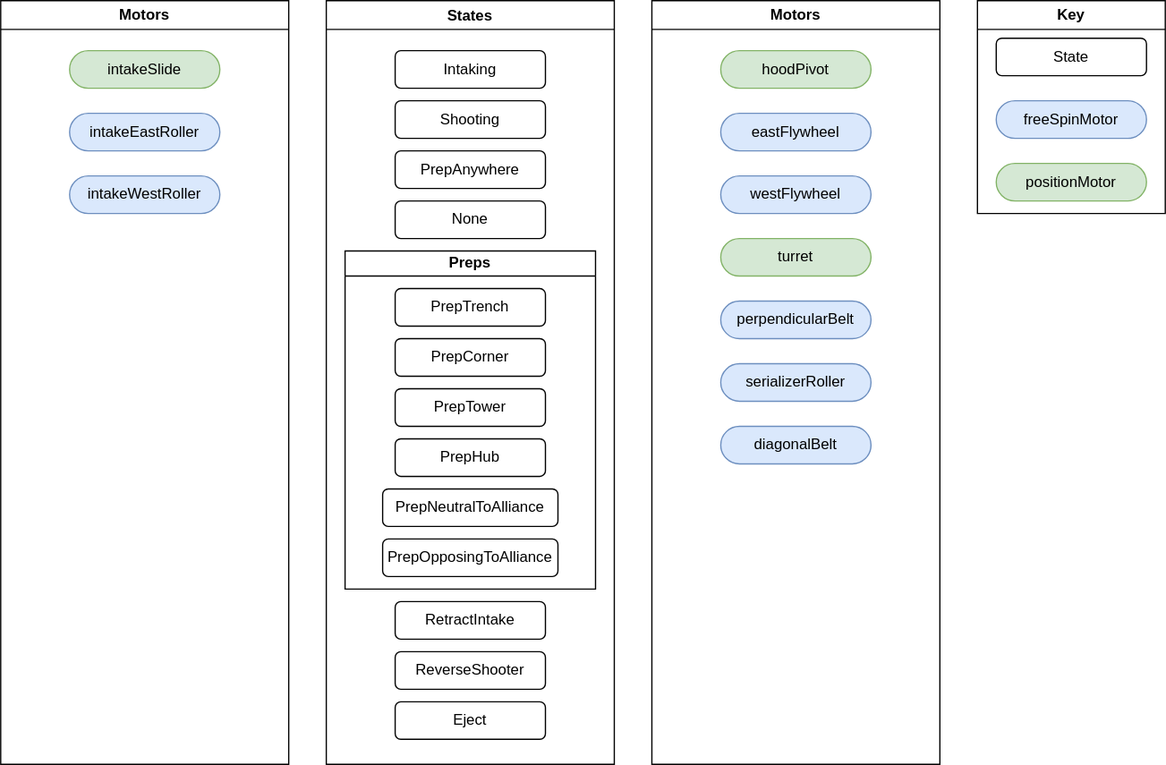
This is design/motors_and_states.drawio.svg from FRCTeam3255/2026_Offbot_Code, a draw.io export, as it was before one commit. Source tidied: cells renumbered, new cells last; positions are measured from the earlier drawing's top-left corner, leaving out a move shared by most shapes.
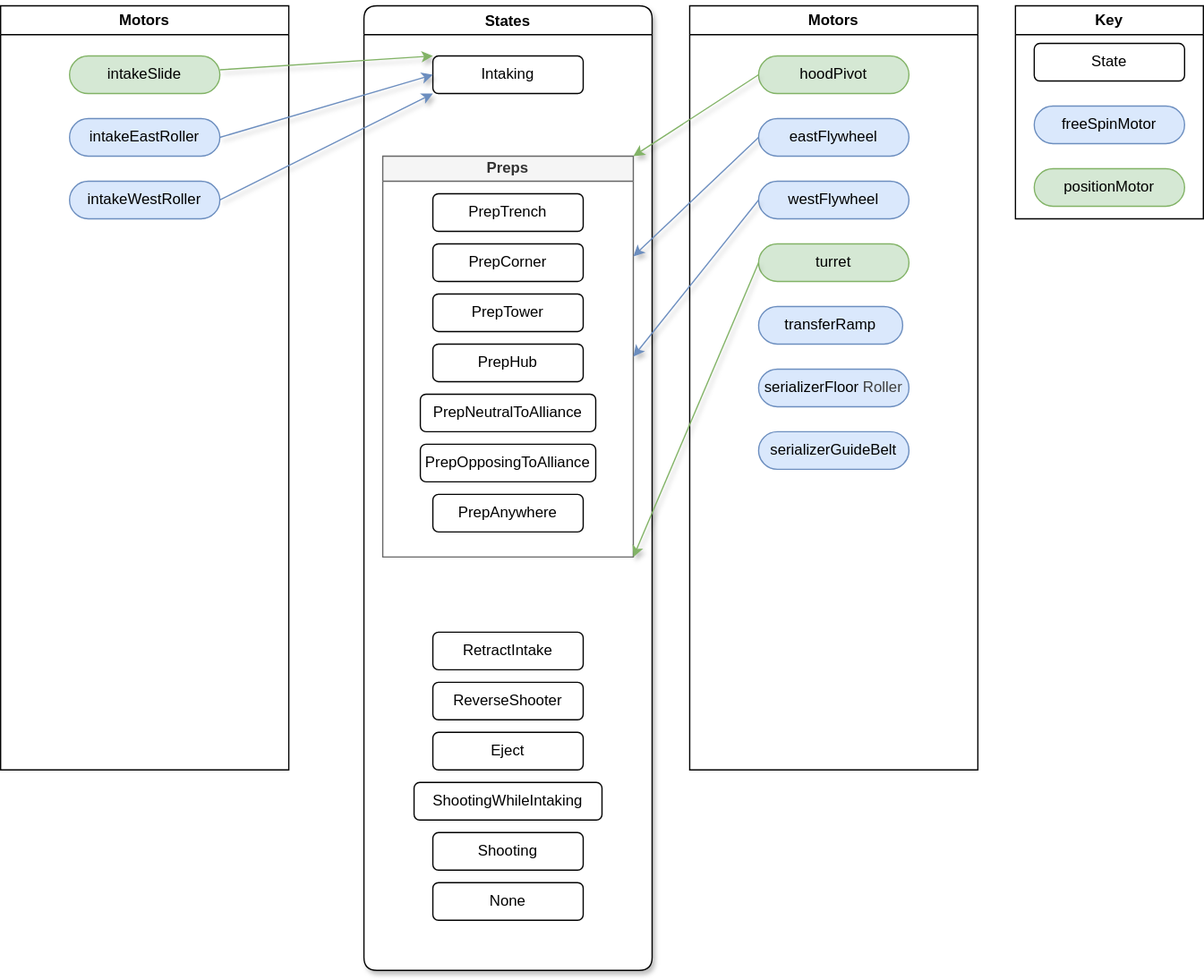
The same file after the commit.

Diff of the diagram source:
```diff
@@ -2,23 +2,20 @@
   <root>
     <mxCell id="0" />
     <mxCell id="1" parent="0" />
-    <mxCell id="2" value="States" style="swimlane;" parent="1" vertex="1">
-      <mxGeometry x="260" width="230" height="610" as="geometry" />
+    <mxCell id="2" value="States" style="swimlane;swimlaneFillColor=default;glass=0;shadow=1;rounded=1;" parent="1" vertex="1">
+      <mxGeometry x="260" width="230" height="770" as="geometry" />
     </mxCell>
     <mxCell id="3" value="Intaking" style="rounded=1;whiteSpace=wrap;html=1;" parent="2" vertex="1">
       <mxGeometry x="55" y="40" width="120" height="30" as="geometry" />
     </mxCell>
     <mxCell id="4" value="Shooting" style="rounded=1;whiteSpace=wrap;html=1;" parent="2" vertex="1">
-      <mxGeometry x="55" y="80" width="120" height="30" as="geometry" />
+      <mxGeometry x="55" y="660" width="120" height="30" as="geometry" />
     </mxCell>
-    <mxCell id="5" value="PrepAnywhere" style="rounded=1;whiteSpace=wrap;html=1;" parent="2" vertex="1">
-      <mxGeometry x="55" y="120" width="120" height="30" as="geometry" />
-    </mxCell>
     <mxCell id="6" value="None" style="rounded=1;whiteSpace=wrap;html=1;" parent="2" vertex="1">
-      <mxGeometry x="55" y="160" width="120" height="30" as="geometry" />
+      <mxGeometry x="55" y="700" width="120" height="30" as="geometry" />
     </mxCell>
-    <mxCell id="7" value="Preps" style="swimlane;whiteSpace=wrap;html=1;startSize=20;" parent="2" vertex="1">
-      <mxGeometry x="15" y="200" width="200" height="270" as="geometry" />
+    <mxCell id="7" value="Preps" style="swimlane;whiteSpace=wrap;html=1;startSize=20;fillColor=#f5f5f5;fontColor=#333333;strokeColor=#666666;gradientColor=none;swimlaneFillColor=default;" parent="2" vertex="1">
+      <mxGeometry x="15" y="120" width="200" height="320" as="geometry" />
     </mxCell>
     <mxCell id="8" value="PrepTrench" style="rounded=1;whiteSpace=wrap;html=1;" parent="7" vertex="1">
       <mxGeometry x="40" y="30" width="120" height="30" as="geometry" />
@@ -38,15 +35,21 @@
     <mxCell id="13" value="PrepOpposingToAlliance" style="rounded=1;whiteSpace=wrap;html=1;" parent="7" vertex="1">
       <mxGeometry x="30" y="230" width="140" height="30" as="geometry" />
     </mxCell>
+    <mxCell id="5" value="PrepAnywhere" style="rounded=1;whiteSpace=wrap;html=1;" parent="7" vertex="1">
+      <mxGeometry x="40" y="270" width="120" height="30" as="geometry" />
+    </mxCell>
     <mxCell id="14" value="RetractIntake" style="rounded=1;whiteSpace=wrap;html=1;" parent="2" vertex="1">
-      <mxGeometry x="55" y="480" width="120" height="30" as="geometry" />
+      <mxGeometry x="55" y="500" width="120" height="30" as="geometry" />
     </mxCell>
     <mxCell id="15" value="ReverseShooter" style="rounded=1;whiteSpace=wrap;html=1;" parent="2" vertex="1">
-      <mxGeometry x="55" y="520" width="120" height="30" as="geometry" />
+      <mxGeometry x="55" y="540" width="120" height="30" as="geometry" />
     </mxCell>
     <mxCell id="16" value="Eject" style="rounded=1;whiteSpace=wrap;html=1;" parent="2" vertex="1">
-      <mxGeometry x="55" y="560" width="120" height="30" as="geometry" />
+      <mxGeometry x="55" y="580" width="120" height="30" as="geometry" />
     </mxCell>
+    <mxCell id="33" value="ShootingWhileIntaking" style="rounded=1;whiteSpace=wrap;html=1;" parent="2" vertex="1">
+      <mxGeometry x="40" y="620" width="150" height="30" as="geometry" />
+    </mxCell>
     <mxCell id="17" value="Key" style="swimlane;whiteSpace=wrap;html=1;" parent="1" vertex="1">
       <mxGeometry x="780" width="150" height="170" as="geometry" />
     </mxCell>
@@ -71,29 +74,52 @@
     <mxCell id="24" value="westFlywheel" style="rounded=1;whiteSpace=wrap;html=1;arcSize=50;fillColor=#dae8fc;strokeColor=#6c8ebf;" parent="21" vertex="1">
       <mxGeometry x="55" y="140" width="120" height="30" as="geometry" />
     </mxCell>
-    <mxCell id="25" value="perpendicularBelt" style="rounded=1;whiteSpace=wrap;html=1;arcSize=50;fillColor=#dae8fc;strokeColor=#6c8ebf;" parent="21" vertex="1">
-      <mxGeometry x="55" y="240" width="120" height="30" as="geometry" />
+    <mxCell id="25" value="transferRamp" style="rounded=1;whiteSpace=wrap;html=1;arcSize=50;fillColor=#dae8fc;strokeColor=#6c8ebf;" parent="21" vertex="1">
+      <mxGeometry x="55" y="240" width="115" height="30" as="geometry" />
     </mxCell>
     <mxCell id="26" value="turret" style="rounded=1;whiteSpace=wrap;html=1;arcSize=50;fillColor=#d5e8d4;strokeColor=#82b366;" parent="21" vertex="1">
       <mxGeometry x="55" y="190" width="120" height="30" as="geometry" />
     </mxCell>
-    <mxCell id="27" value="serializerRoller" style="rounded=1;whiteSpace=wrap;html=1;arcSize=50;fillColor=#dae8fc;strokeColor=#6c8ebf;" parent="21" vertex="1">
+    <mxCell id="27" value="serializerFloor&lt;span style=&quot;color: rgb(63, 63, 63); background-color: transparent;&quot;&gt;Roller&lt;/span&gt;" style="rounded=1;whiteSpace=wrap;html=1;arcSize=50;fillColor=#dae8fc;strokeColor=#6c8ebf;" parent="21" vertex="1">
       <mxGeometry x="55" y="290" width="120" height="30" as="geometry" />
     </mxCell>
-    <mxCell id="28" value="diagonalBelt" style="rounded=1;whiteSpace=wrap;html=1;arcSize=50;fillColor=#dae8fc;strokeColor=#6c8ebf;" parent="21" vertex="1">
+    <mxCell id="28" value="serializerGuideBelt" style="rounded=1;whiteSpace=wrap;html=1;arcSize=50;fillColor=#dae8fc;strokeColor=#6c8ebf;" parent="21" vertex="1">
       <mxGeometry x="55" y="340" width="120" height="30" as="geometry" />
     </mxCell>
-    <mxCell id="29" value="Motors" style="swimlane;whiteSpace=wrap;html=1;" parent="1" vertex="1">
-      <mxGeometry width="230" height="610" as="geometry" />
+    <mxCell id="29" value="Motors" style="swimlane;whiteSpace=wrap;html=1;swimlaneFillColor=default;swimlaneLine=1;glass=0;" parent="1" vertex="1">
+      <mxGeometry x="-30" width="230" height="610" as="geometry" />
     </mxCell>
     <mxCell id="30" value="intakeEastRoller" style="rounded=1;whiteSpace=wrap;html=1;arcSize=50;fillColor=#dae8fc;strokeColor=#6c8ebf;" parent="29" vertex="1">
       <mxGeometry x="55" y="90" width="120" height="30" as="geometry" />
     </mxCell>
-    <mxCell id="31" value="intakeSlide" style="rounded=1;whiteSpace=wrap;html=1;arcSize=50;fillColor=#d5e8d4;strokeColor=#82b366;" parent="29" vertex="1">
+    <mxCell id="31" value="intakeSlide" style="rounded=1;whiteSpace=wrap;html=1;arcSize=50;fillColor=#d5e8d4;strokeColor=#82b366;shadow=0;" parent="29" vertex="1">
       <mxGeometry x="55" y="40" width="120" height="30" as="geometry" />
     </mxCell>
     <mxCell id="32" value="intakeWestRoller" style="rounded=1;whiteSpace=wrap;html=1;arcSize=50;fillColor=#dae8fc;strokeColor=#6c8ebf;" parent="29" vertex="1">
       <mxGeometry x="55" y="140" width="120" height="30" as="geometry" />
     </mxCell>
+    <mxCell id="34" style="edgeStyle=none;html=1;entryX=0;entryY=0;entryDx=0;entryDy=0;fillColor=#d5e8d4;strokeColor=#82b366;shadow=1;" parent="1" edge="1" source="31" target="3">
+      <mxGeometry relative="1" as="geometry" />
+    </mxCell>
+    <mxCell id="35" style="edgeStyle=none;html=1;entryX=0;entryY=0.5;entryDx=0;entryDy=0;exitX=1;exitY=0.5;exitDx=0;exitDy=0;fillColor=#dae8fc;strokeColor=#6c8ebf;shadow=1;flowAnimation=0;" parent="1" edge="1" source="30" target="3">
+      <mxGeometry relative="1" as="geometry" />
+    </mxCell>
+    <mxCell id="36" style="edgeStyle=none;html=1;exitX=1;exitY=0.5;exitDx=0;exitDy=0;fillColor=#dae8fc;strokeColor=#6c8ebf;shadow=1;" parent="1" edge="1" source="32">
+      <mxGeometry relative="1" as="geometry">
+        <mxPoint x="315" y="70" as="targetPoint" />
+      </mxGeometry>
+    </mxCell>
+    <mxCell id="37" style="edgeStyle=none;shape=connector;rounded=1;html=1;shadow=1;strokeColor=#82b366;align=center;verticalAlign=middle;fontFamily=Helvetica;fontSize=11;fontColor=default;labelBackgroundColor=default;endArrow=classic;flowAnimation=0;fillColor=#d5e8d4;exitX=0;exitY=0.5;exitDx=0;exitDy=0;entryX=1;entryY=0;entryDx=0;entryDy=0;" parent="1" edge="1" source="23" target="7">
+      <mxGeometry relative="1" as="geometry" />
+    </mxCell>
+    <mxCell id="38" style="edgeStyle=none;shape=connector;rounded=1;html=1;shadow=1;strokeColor=#6c8ebf;align=center;verticalAlign=middle;fontFamily=Helvetica;fontSize=11;fontColor=default;labelBackgroundColor=default;endArrow=classic;flowAnimation=0;fillColor=#dae8fc;exitX=0;exitY=0.5;exitDx=0;exitDy=0;entryX=1;entryY=0.25;entryDx=0;entryDy=0;" parent="1" edge="1" source="22" target="7">
+      <mxGeometry relative="1" as="geometry" />
+    </mxCell>
+    <mxCell id="39" style="edgeStyle=none;shape=connector;rounded=1;html=1;shadow=1;strokeColor=#6c8ebf;align=center;verticalAlign=middle;fontFamily=Helvetica;fontSize=11;fontColor=default;labelBackgroundColor=default;endArrow=classic;flowAnimation=0;fillColor=#dae8fc;exitX=0;exitY=0.5;exitDx=0;exitDy=0;entryX=1;entryY=0.5;entryDx=0;entryDy=0;" parent="1" edge="1" source="24" target="7">
+      <mxGeometry relative="1" as="geometry" />
+    </mxCell>
+    <mxCell id="40" style="edgeStyle=none;shape=connector;rounded=1;html=1;shadow=1;strokeColor=#82b366;align=center;verticalAlign=middle;fontFamily=Helvetica;fontSize=11;fontColor=default;labelBackgroundColor=default;endArrow=classic;flowAnimation=0;fillColor=#d5e8d4;exitX=0;exitY=0.5;exitDx=0;exitDy=0;entryX=1;entryY=1;entryDx=0;entryDy=0;" parent="1" edge="1" source="26" target="7">
+      <mxGeometry relative="1" as="geometry" />
+    </mxCell>
   </root>
 </mxGraphModel>
```
